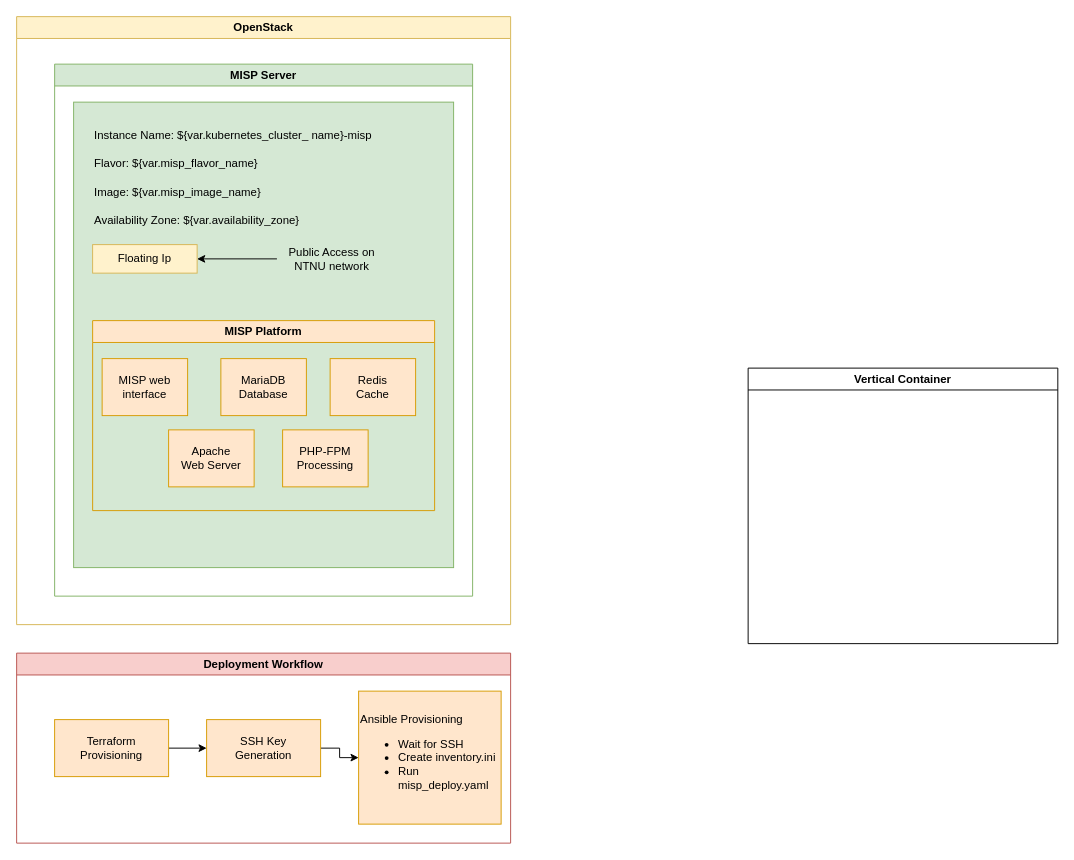
EskilAl/Obsidian keeps this draw.io diagram as MISP Diagram.drawio. Above is the earlier version. Source tidied: cells renumbered, new cells numbered last; positions are measured from the earlier drawing's top-left corner, leaving out a move shared by most shapes. Both pictures are drawn from the tidied source at 95%, with x=0, y=0 at pixel (16, 16).
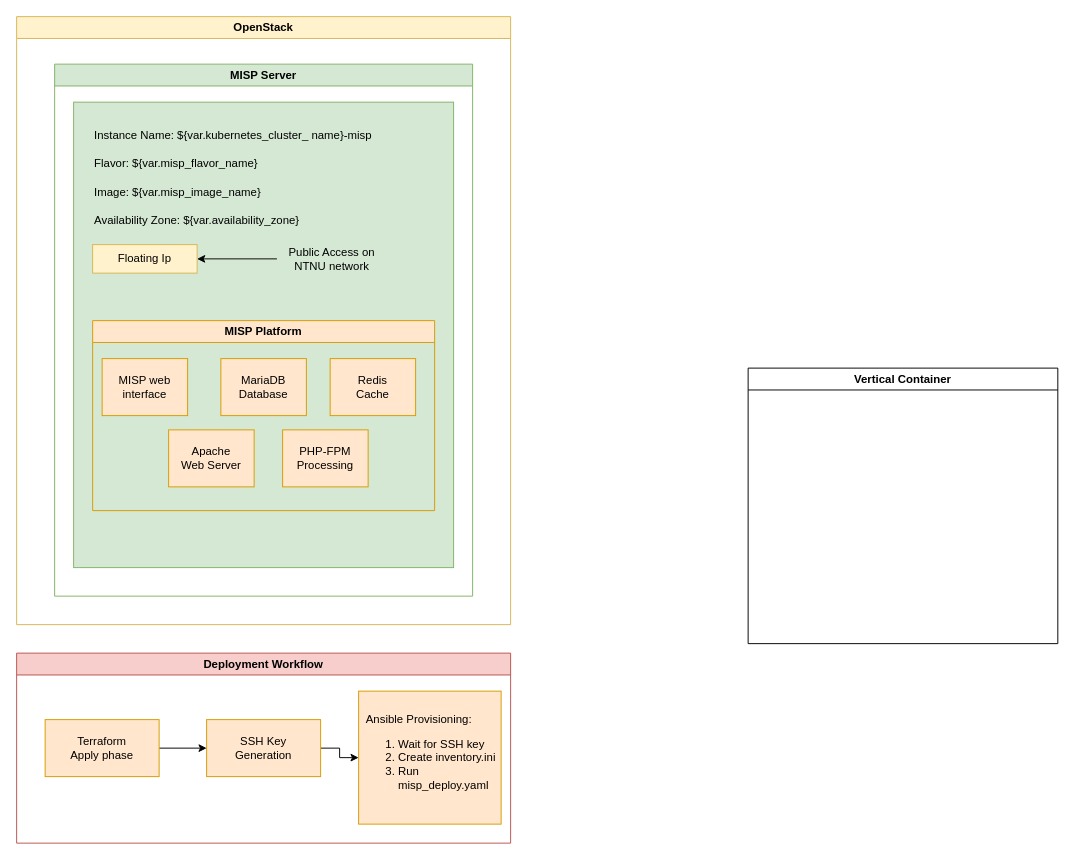
Above is the later version.

The change refers to these unchanged cells:
```xml
<mxCell id="19" value="Deployment Workflow" style="swimlane;whiteSpace=wrap;html=1;fillColor=#f8cecc;strokeColor=#b85450;" parent="1" vertex="1">
  <mxGeometry y="670" width="520" height="200" as="geometry" />
</mxCell>
```

Diff of the diagram source:
```diff
@@
-    <mxCell id="21" value="&lt;div&gt;Terraform&lt;/div&gt;&lt;div&gt;Provisioning&lt;/div&gt;" style="rounded=0;whiteSpace=wrap;html=1;fillColor=#ffe6cc;strokeColor=#d79b00;" parent="19" vertex="1">
-      <mxGeometry x="40" y="70" width="120" height="60" as="geometry" />
+    <mxCell id="21" value="&lt;div&gt;Terraform&lt;/div&gt;&lt;div&gt;Apply phase&lt;/div&gt;" style="rounded=0;whiteSpace=wrap;html=1;fillColor=#ffe6cc;strokeColor=#d79b00;" parent="19" vertex="1">
+      <mxGeometry x="30" y="70" width="120" height="60" as="geometry" />
     </mxCell>
@@
-    <mxCell id="24" value="&lt;div align=&quot;left&quot;&gt;Ansible Provisioning&lt;/div&gt;&lt;div align=&quot;left&quot;&gt;&lt;ul&gt;&lt;li&gt;Wait for SSH&lt;/li&gt;&lt;li&gt;Create inventory.ini&lt;/li&gt;&lt;li&gt;Run misp_deploy.yaml&lt;/li&gt;&lt;/ul&gt;&lt;/div&gt;" style="rounded=0;whiteSpace=wrap;html=1;align=left;fillColor=#ffe6cc;strokeColor=#d79b00;" parent="19" vertex="1">
+    <mxCell id="24" value="&lt;div align=&quot;left&quot;&gt;&amp;nbsp; Ansible Provisioning:&lt;/div&gt;&lt;div align=&quot;left&quot;&gt;&lt;ol&gt;&lt;li&gt;Wait for SSH key&lt;/li&gt;&lt;li&gt;Create inventory.ini&lt;/li&gt;&lt;li&gt;Run misp_deploy.yaml&lt;/li&gt;&lt;/ol&gt;&lt;/div&gt;" style="rounded=0;whiteSpace=wrap;html=1;align=left;fillColor=#ffe6cc;strokeColor=#d79b00;" parent="19" vertex="1">
       <mxGeometry x="360" y="40" width="150" height="140" as="geometry" />
     </mxCell>
```
